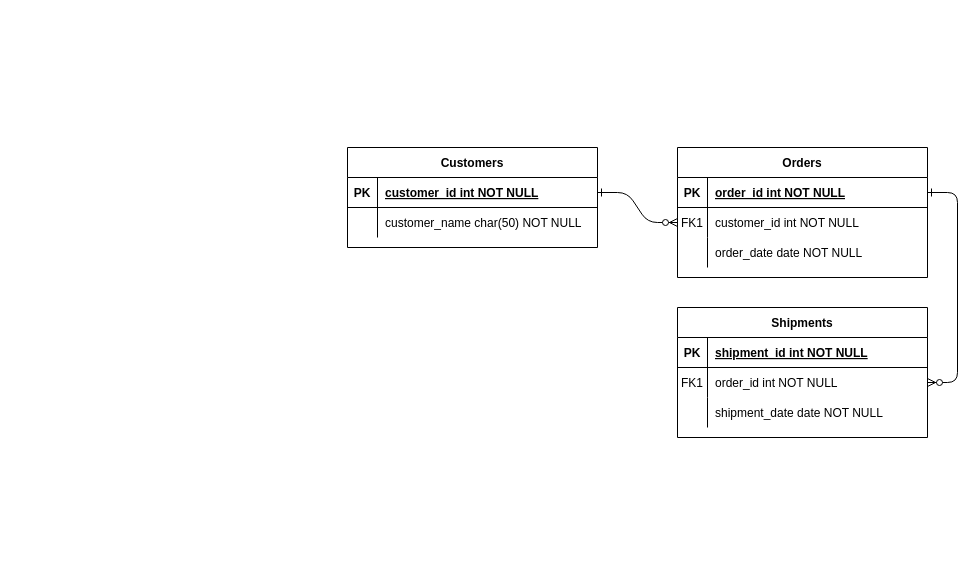
Earlier version of the draw.io diagram ERD.drawio (NickSchoenmakers/Barroc-Intens-App). Source tidied: cells renumbered, new cells numbered last; positions are measured from the earlier drawing's top-left corner, leaving out a move shared by most shapes. Both pictures are drawn from the tidied source at 100%, with x=0, y=0 at pixel (347, 147).
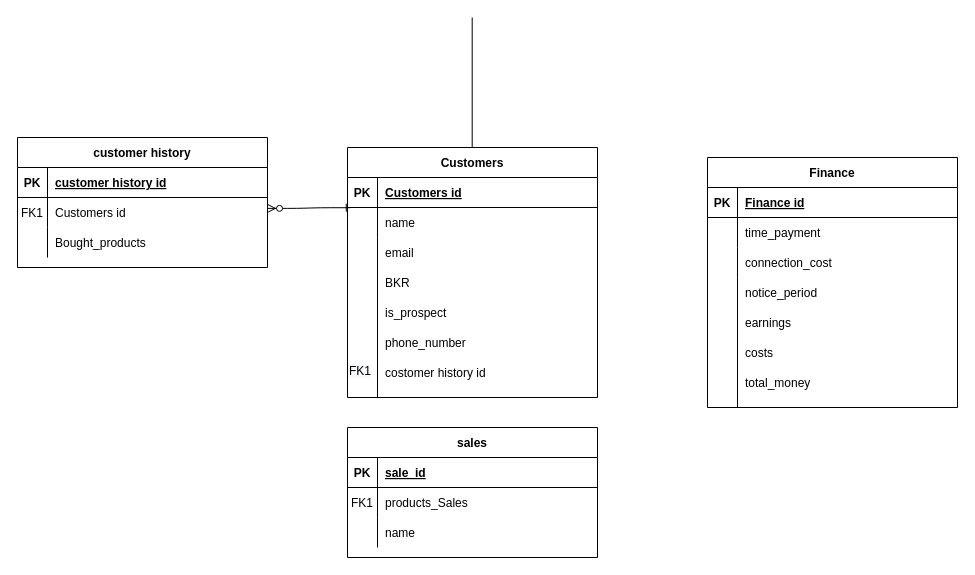
The same page after the edit.

Commit message:
added start of ERD

The change refers to these unchanged cells:
```xml
<mxCell id="5" style="shape=partialRectangle;fillColor=none;points=[[0,0.5],[1,0.5]];portConstraint=eastwest;top=0;left=0;right=0;bottom=1;" parent="4" vertex="1">
  <mxGeometry y="30" width="250" height="30" as="geometry" />
</mxCell>
<mxCell id="8" style="shape=partialRectangle;fillColor=none;points=[[0,0.5],[1,0.5]];portConstraint=eastwest;top=0;left=0;right=0;bottom=0;" parent="4" vertex="1">
  <mxGeometry y="60" width="250" height="30" as="geometry" />
</mxCell>
<mxCell id="11" style="shape=partialRectangle;fillColor=none;top=0;left=0;right=0;bottom=0;" parent="4" vertex="1">
  <mxGeometry y="90" width="250" height="30" as="geometry" />
</mxCell>
<mxCell id="15" style="shape=partialRectangle;fillColor=none;top=0;left=0;right=0;bottom=1;" parent="14" vertex="1">
  <mxGeometry y="30" width="250" height="30" as="geometry" />
</mxCell>
<mxCell id="18" style="shape=partialRectangle;fillColor=none;points=[[0,0.5],[1,0.5]];portConstraint=eastwest;top=0;left=0;right=0;bottom=0;" parent="14" vertex="1">
  <mxGeometry y="60" width="250" height="30" as="geometry" />
</mxCell>
<mxCell id="21" style="shape=partialRectangle;fillColor=none;top=0;left=0;right=0;bottom=0;" parent="14" vertex="1">
  <mxGeometry y="90" width="250" height="30" as="geometry" />
</mxCell>
<mxCell id="25" style="shape=partialRectangle;fillColor=none;points=[[0,0.5],[1,0.5]];portConstraint=eastwest;top=0;left=0;right=0;bottom=1;" parent="24" vertex="1">
  <mxGeometry y="30" width="250" height="30" as="geometry" />
</mxCell>
<mxCell id="28" style="shape=partialRectangle;fillColor=none;points=[[0,0.5],[1,0.5]];portConstraint=eastwest;top=0;left=0;right=0;bottom=0;" parent="24" vertex="1">
  <mxGeometry y="60" width="250" height="30" as="geometry" />
</mxCell>
```

Diff of the diagram source:
```diff
@@
-    <mxCell id="2" style="edgeStyle=entityRelationEdgeStyle;endArrow=ERzeroToMany;startArrow=ERone;endFill=1;startFill=0;" parent="1" edge="1" source="25" target="8">
-      <mxGeometry relative="1" as="geometry" />
-    </mxCell>
-    <mxCell id="3" style="edgeStyle=entityRelationEdgeStyle;endArrow=ERzeroToMany;startArrow=ERone;endFill=1;startFill=0;" parent="1" edge="1" source="5" target="18">
-      <mxGeometry relative="1" as="geometry" />
-    </mxCell>
-    <mxCell id="4" value="Orders" style="shape=table;startSize=30;childLayout=tableLayout;rowLines=0;fontStyle=1;align=center;" parent="1" vertex="1">
-      <mxGeometry x="330" width="250" height="130" as="geometry" />
+    <mxCell id="4" value="Finance" style="shape=table;startSize=30;childLayout=tableLayout;rowLines=0;fontStyle=1;align=center;" parent="1" vertex="1">
+      <mxGeometry x="360" y="10" width="250" height="250" as="geometry" />
     </mxCell>
@@
-    <mxCell id="7" value="order_id int NOT NULL " style="shape=partialRectangle;overflow=hidden;fillColor=none;top=0;left=0;bottom=0;right=0;align=left;spacingLeft=6;fontStyle=5;" parent="5" vertex="1">
+    <mxCell id="7" value="Finance id" style="shape=partialRectangle;overflow=hidden;fillColor=none;top=0;left=0;bottom=0;right=0;align=left;spacingLeft=6;fontStyle=5;" parent="5" vertex="1">
       <mxGeometry x="30" width="220" height="30" as="geometry" />
     </mxCell>
@@
-    <mxCell id="9" value="FK1" style="shape=partialRectangle;overflow=hidden;fillColor=none;top=0;left=0;bottom=0;right=0;" parent="8" vertex="1">
+    <mxCell id="9" style="shape=partialRectangle;overflow=hidden;fillColor=none;top=0;left=0;bottom=0;right=0;" parent="8" vertex="1">
       <mxGeometry width="30" height="30" as="geometry" />
     </mxCell>
-    <mxCell id="10" value="customer_id int NOT NULL" style="shape=partialRectangle;overflow=hidden;fillColor=none;top=0;left=0;bottom=0;right=0;align=left;spacingLeft=6;" parent="8" vertex="1">
+    <mxCell id="10" value="time_payment" style="shape=partialRectangle;overflow=hidden;fillColor=none;top=0;left=0;bottom=0;right=0;align=left;spacingLeft=6;" parent="8" vertex="1">
       <mxGeometry x="30" width="220" height="30" as="geometry" />
     </mxCell>
@@
-    <mxCell id="13" value="order_date date NOT NULL" style="shape=partialRectangle;overflow=hidden;fillColor=none;top=0;left=0;bottom=0;right=0;align=left;spacingLeft=6;" parent="11" vertex="1">
+    <mxCell id="13" style="shape=partialRectangle;overflow=hidden;fillColor=none;top=0;left=0;bottom=0;right=0;align=left;spacingLeft=6;" parent="11" vertex="1">
       <mxGeometry x="30" width="220" height="30" as="geometry" />
     </mxCell>
-    <mxCell id="14" value="Shipments" style="shape=table;startSize=30;childLayout=tableLayout;rowLines=0;fontStyle=1;align=center;" parent="1" vertex="1">
-      <mxGeometry x="330" y="160" width="250" height="130" as="geometry" />
+    <mxCell id="14" value="customer history" style="shape=table;startSize=30;childLayout=tableLayout;rowLines=0;fontStyle=1;align=center;" parent="1" vertex="1">
+      <mxGeometry x="-330" y="-10" width="250" height="130" as="geometry" />
     </mxCell>
@@
-    <mxCell id="17" value="shipment_id int NOT NULL " style="shape=partialRectangle;overflow=hidden;fillColor=none;top=0;left=0;bottom=0;right=0;align=left;spacingLeft=6;fontStyle=5;" parent="15" vertex="1">
+    <mxCell id="17" value="customer history id" style="shape=partialRectangle;overflow=hidden;fillColor=none;top=0;left=0;bottom=0;right=0;align=left;spacingLeft=6;fontStyle=5;" parent="15" vertex="1">
       <mxGeometry x="30" width="220" height="30" as="geometry" />
     </mxCell>
@@
-    <mxCell id="20" value="order_id int NOT NULL" style="shape=partialRectangle;overflow=hidden;fillColor=none;top=0;left=0;bottom=0;right=0;align=left;spacingLeft=6;" parent="18" vertex="1">
+    <mxCell id="20" value="Customers id" style="shape=partialRectangle;overflow=hidden;fillColor=none;top=0;left=0;bottom=0;right=0;align=left;spacingLeft=6;" parent="18" vertex="1">
       <mxGeometry x="30" width="220" height="30" as="geometry" />
     </mxCell>
@@
-    <mxCell id="23" value="shipment_date date NOT NULL" style="shape=partialRectangle;overflow=hidden;fillColor=none;top=0;left=0;bottom=0;right=0;align=left;spacingLeft=6;" parent="21" vertex="1">
+    <mxCell id="23" value="Bought_products" style="shape=partialRectangle;overflow=hidden;fillColor=none;top=0;left=0;bottom=0;right=0;align=left;spacingLeft=6;" parent="21" vertex="1">
       <mxGeometry x="30" width="220" height="30" as="geometry" />
     </mxCell>
     <mxCell id="24" value="Customers" style="shape=table;startSize=30;childLayout=tableLayout;rowLines=0;fontStyle=1;align=center;" parent="1" vertex="1">
-      <mxGeometry width="250" height="100" as="geometry" />
+      <mxGeometry width="250" height="250" as="geometry" />
     </mxCell>
@@
-    <mxCell id="27" value="customer_id int NOT NULL " style="shape=partialRectangle;overflow=hidden;fillColor=none;top=0;left=0;bottom=0;right=0;align=left;spacingLeft=6;fontStyle=5;" parent="25" vertex="1">
+    <mxCell id="27" value="Customers id" style="shape=partialRectangle;overflow=hidden;fillColor=none;top=0;left=0;bottom=0;right=0;align=left;spacingLeft=6;fontStyle=5;" parent="25" vertex="1">
       <mxGeometry x="30" width="220" height="30" as="geometry" />
     </mxCell>
@@
-    <mxCell id="30" value="customer_name char(50) NOT NULL" style="shape=partialRectangle;overflow=hidden;fillColor=none;top=0;left=0;bottom=0;right=0;align=left;spacingLeft=6;" parent="28" vertex="1">
+    <mxCell id="30" value="name" style="shape=partialRectangle;overflow=hidden;fillColor=none;top=0;left=0;bottom=0;right=0;align=left;spacingLeft=6;" parent="28" vertex="1">
       <mxGeometry x="30" width="220" height="30" as="geometry" />
     </mxCell>
+    <mxCell id="31" style="edgeStyle=entityRelationEdgeStyle;endArrow=ERzeroToMany;startArrow=ERone;endFill=1;startFill=0;entryX=1;entryY=0.363;entryDx=0;entryDy=0;entryPerimeter=0;exitX=0.011;exitY=0.007;exitDx=0;exitDy=0;exitPerimeter=0;" parent="1" edge="1" source="28" target="18">
+      <mxGeometry relative="1" as="geometry" />
+    </mxCell>
+    <mxCell id="32" style="endArrow=none;html=1;rounded=0;" parent="1" edge="1">
+      <mxGeometry relative="1" as="geometry">
+        <mxPoint x="30" y="250" as="sourcePoint" />
+        <mxPoint x="30" y="90" as="targetPoint" />
+      </mxGeometry>
+    </mxCell>
+    <mxCell id="33" value="email" style="shape=partialRectangle;overflow=hidden;fillColor=none;top=0;left=0;bottom=0;right=0;align=left;spacingLeft=6;" parent="1" vertex="1">
+      <mxGeometry x="30" y="90" width="220" height="30" as="geometry" />
+    </mxCell>
+    <mxCell id="34" value="BKR" style="shape=partialRectangle;overflow=hidden;fillColor=none;top=0;left=0;bottom=0;right=0;align=left;spacingLeft=6;" parent="1" vertex="1">
+      <mxGeometry x="30" y="120" width="220" height="30" as="geometry" />
+    </mxCell>
+    <mxCell id="35" value="is_prospect" style="shape=partialRectangle;overflow=hidden;fillColor=none;top=0;left=0;bottom=0;right=0;align=left;spacingLeft=6;" parent="1" vertex="1">
+      <mxGeometry x="30" y="150" width="220" height="30" as="geometry" />
+    </mxCell>
+    <mxCell id="36" value="phone_number" style="shape=partialRectangle;overflow=hidden;fillColor=none;top=0;left=0;bottom=0;right=0;align=left;spacingLeft=6;" parent="1" vertex="1">
+      <mxGeometry x="30" y="180" width="220" height="30" as="geometry" />
+    </mxCell>
+    <mxCell id="37" value="costomer history id" style="shape=partialRectangle;overflow=hidden;fillColor=none;top=0;left=0;bottom=0;right=0;align=left;spacingLeft=6;" parent="1" vertex="1">
+      <mxGeometry x="30" y="210" width="220" height="30" as="geometry" />
+    </mxCell>
+    <mxCell id="38" value="&lt;span style=&quot;color: rgb(0, 0, 0); font-family: Helvetica; font-size: 12px; font-style: normal; font-variant-ligatures: normal; font-variant-caps: normal; font-weight: 400; letter-spacing: normal; orphans: 2; text-align: center; text-indent: 0px; text-transform: none; widows: 2; word-spacing: 0px; -webkit-text-stroke-width: 0px; background-color: rgb(248, 249, 250); text-decoration-thickness: initial; text-decoration-style: initial; text-decoration-color: initial; float: none; display: inline !important;&quot;&gt;FK1&lt;/span&gt;" style="text;whiteSpace=wrap;html=1;" parent="1" vertex="1">
+      <mxGeometry y="210" width="60" height="40" as="geometry" />
+    </mxCell>
+    <mxCell id="39" style="endArrow=none;html=1;rounded=0;" parent="1" edge="1">
+      <mxGeometry relative="1" as="geometry">
+        <mxPoint x="390" y="260" as="sourcePoint" />
+        <mxPoint x="390" y="130" as="targetPoint" />
+      </mxGeometry>
+    </mxCell>
+    <mxCell id="40" style="endArrow=none;html=1;rounded=0;" parent="1" edge="1">
+      <mxGeometry relative="1" as="geometry">
+        <mxPoint x="124.7" as="sourcePoint" />
+        <mxPoint x="124.7" y="-130" as="targetPoint" />
+      </mxGeometry>
+    </mxCell>
+    <mxCell id="41" value="connection_cost" style="shape=partialRectangle;overflow=hidden;fillColor=none;top=0;left=0;bottom=0;right=0;align=left;spacingLeft=6;" parent="1" vertex="1">
+      <mxGeometry x="390" y="100" width="220" height="30" as="geometry" />
+    </mxCell>
+    <mxCell id="42" value="notice_period" style="shape=partialRectangle;overflow=hidden;fillColor=none;top=0;left=0;bottom=0;right=0;align=left;spacingLeft=6;" parent="1" vertex="1">
+      <mxGeometry x="390" y="130" width="220" height="30" as="geometry" />
+    </mxCell>
+    <mxCell id="43" value="earnings" style="shape=partialRectangle;overflow=hidden;fillColor=none;top=0;left=0;bottom=0;right=0;align=left;spacingLeft=6;" parent="1" vertex="1">
+      <mxGeometry x="390" y="160" width="220" height="30" as="geometry" />
+    </mxCell>
+    <mxCell id="44" value="costs" style="shape=partialRectangle;overflow=hidden;fillColor=none;top=0;left=0;bottom=0;right=0;align=left;spacingLeft=6;" parent="1" vertex="1">
+      <mxGeometry x="390" y="190" width="220" height="30" as="geometry" />
+    </mxCell>
+    <mxCell id="45" value="total_money" style="shape=partialRectangle;overflow=hidden;fillColor=none;top=0;left=0;bottom=0;right=0;align=left;spacingLeft=6;" parent="1" vertex="1">
+      <mxGeometry x="390" y="220" width="220" height="30" as="geometry" />
+    </mxCell>
+    <mxCell id="46" value="sales" style="shape=table;startSize=30;childLayout=tableLayout;rowLines=0;fontStyle=1;align=center;" parent="1" vertex="1">
+      <mxGeometry y="280" width="250" height="130" as="geometry" />
+    </mxCell>
+    <mxCell id="47" style="shape=partialRectangle;fillColor=none;top=0;left=0;right=0;bottom=1;" parent="46" vertex="1">
+      <mxGeometry y="30" width="250" height="30" as="geometry" />
+    </mxCell>
+    <mxCell id="48" value="PK" style="shape=partialRectangle;overflow=hidden;fillColor=none;top=0;left=0;bottom=0;right=0;fontStyle=1;" parent="47" vertex="1">
+      <mxGeometry width="30" height="30" as="geometry" />
+    </mxCell>
+    <mxCell id="49" value="sale_id" style="shape=partialRectangle;overflow=hidden;fillColor=none;top=0;left=0;bottom=0;right=0;align=left;spacingLeft=6;fontStyle=5;" parent="47" vertex="1">
+      <mxGeometry x="30" width="220" height="30" as="geometry" />
+    </mxCell>
+    <mxCell id="50" style="shape=partialRectangle;fillColor=none;top=0;left=0;right=0;bottom=0;" parent="46" vertex="1">
+      <mxGeometry y="60" width="250" height="30" as="geometry" />
+    </mxCell>
+    <mxCell id="51" value="FK1" style="shape=partialRectangle;overflow=hidden;fillColor=none;top=0;left=0;bottom=0;right=0;" parent="50" vertex="1">
+      <mxGeometry width="30" height="30" as="geometry" />
+    </mxCell>
+    <mxCell id="52" value="products_Sales" style="shape=partialRectangle;overflow=hidden;fillColor=none;top=0;left=0;bottom=0;right=0;align=left;spacingLeft=6;" parent="50" vertex="1">
+      <mxGeometry x="30" width="220" height="30" as="geometry" />
+    </mxCell>
+    <mxCell id="53" style="shape=partialRectangle;fillColor=none;top=0;left=0;right=0;bottom=0;" parent="46" vertex="1">
+      <mxGeometry y="90" width="250" height="30" as="geometry" />
+    </mxCell>
+    <mxCell id="54" style="shape=partialRectangle;overflow=hidden;fillColor=none;top=0;left=0;bottom=0;right=0;" parent="53" vertex="1">
+      <mxGeometry width="30" height="30" as="geometry" />
+    </mxCell>
+    <mxCell id="55" value="name" style="shape=partialRectangle;overflow=hidden;fillColor=none;top=0;left=0;bottom=0;right=0;align=left;spacingLeft=6;" parent="53" vertex="1">
+      <mxGeometry x="30" width="220" height="30" as="geometry" />
+    </mxCell>
```
